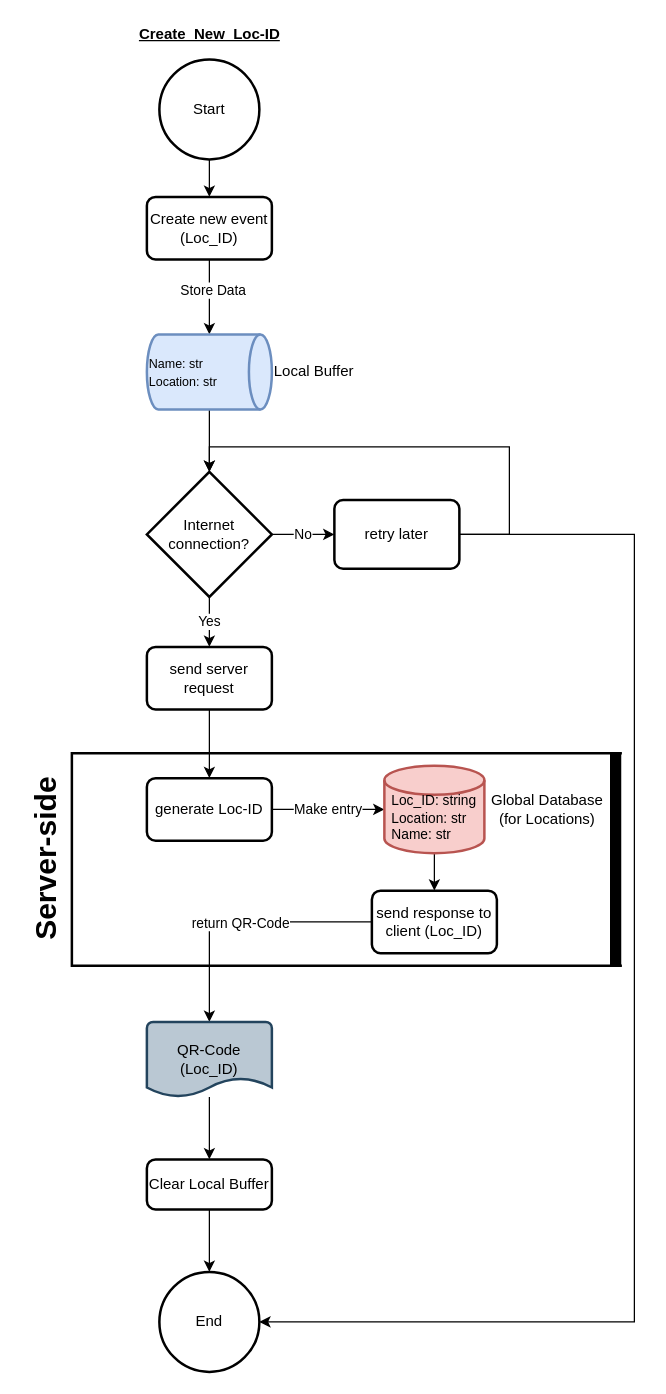
michael-spengler/Tracer-wwi19dsa keeps this draw.io diagram as page "Create_New_Loc-ID" (2 of 4) of server/data/planning/Tracer_Flowchart.drawio. Above is the earlier version. Source tidied: cells renumbered, new cells numbered last; positions are measured from the earlier drawing's top-left corner, leaving out a move shared by most shapes. Both pictures are drawn from the tidied source at 125%, with x=0, y=0 at pixel (-16, 21).
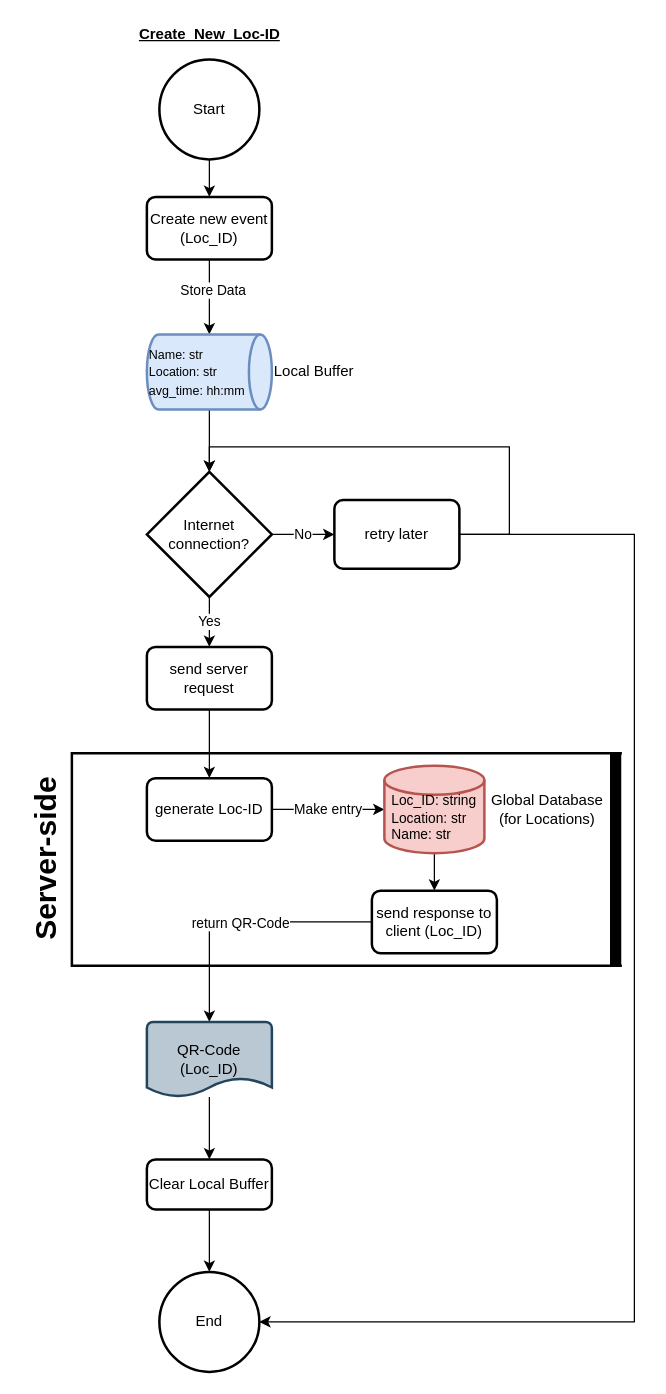
After the change.

What changed in the source:
```diff
@@
-    <mxCell id="9" value="&lt;div&gt;&lt;span style=&quot;font-size: x-small&quot;&gt;Name: str&lt;/span&gt;&lt;br&gt;&lt;/div&gt;&lt;div&gt;&lt;font size=&quot;1&quot;&gt;Location: str&lt;/font&gt;&lt;/div&gt;" style="strokeWidth=2;html=1;shape=mxgraph.flowchart.direct_data;whiteSpace=wrap;align=left;fillColor=#dae8fc;strokeColor=#6c8ebf;" parent="1" vertex="1">
+    <mxCell id="9" value="&lt;div&gt;&lt;span style=&quot;font-size: x-small&quot;&gt;Name: str&lt;/span&gt;&lt;br&gt;&lt;/div&gt;&lt;div&gt;&lt;font size=&quot;1&quot;&gt;Location: str&lt;/font&gt;&lt;/div&gt;&lt;div&gt;&lt;font size=&quot;1&quot;&gt;avg_time: hh:mm&lt;/font&gt;&lt;/div&gt;" style="strokeWidth=2;html=1;shape=mxgraph.flowchart.direct_data;whiteSpace=wrap;align=left;fillColor=#dae8fc;strokeColor=#6c8ebf;" parent="1" vertex="1">
       <mxGeometry x="130" y="250" width="100" height="60" as="geometry" />
     </mxCell>
```
